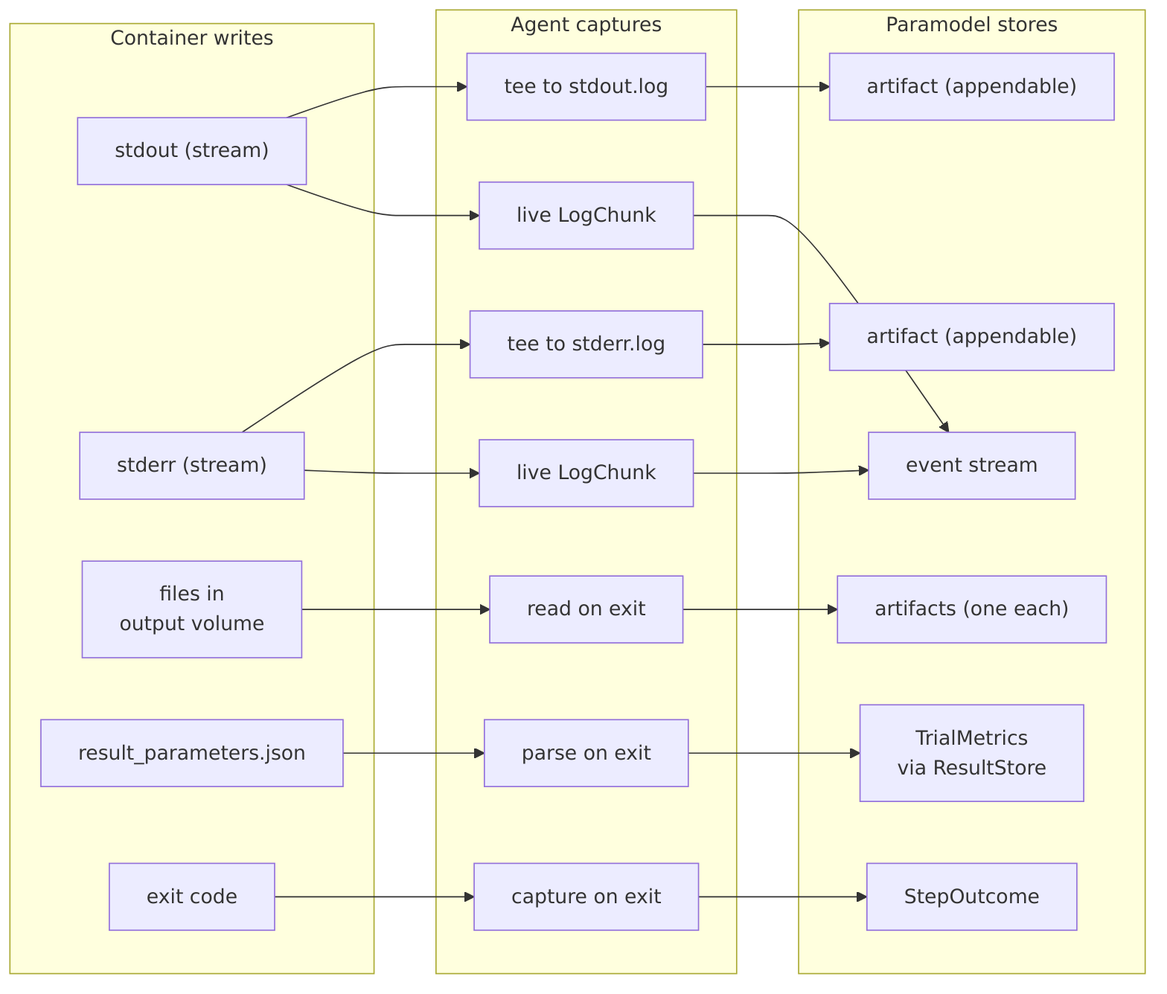
Before: docs/design/diagrams/SRD-0107/output-contract.png, a diagram exported from Mermaid (nosqlbench/hyperplane-rs). Its source is kept beside it as docs/design/diagrams/SRD-0107/output-contract.mmd.
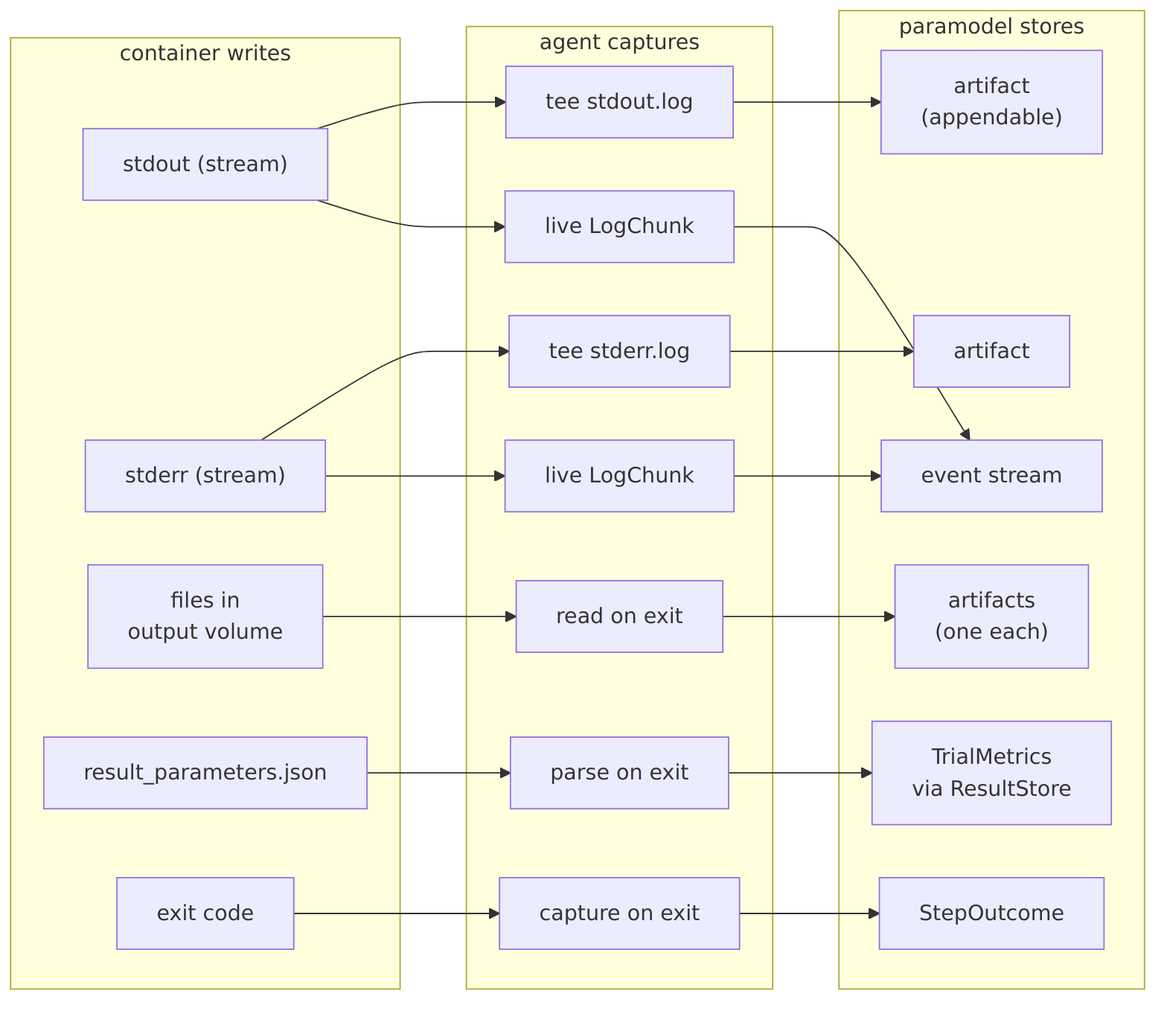
After the commit.

Diff of the diagram source:
```diff
@@ -1,5 +1,7 @@
+%%{init: {'flowchart': {'nodeSpacing': 40, 'rankSpacing': 50}}}%%
 flowchart LR
-    subgraph Container ["Container writes"]
+    subgraph Container ["container writes"]
+        direction TB
         SO["stdout (stream)"]
         SE["stderr (stream)"]
         FL["files in<br/>output volume"]
@@ -7,9 +9,10 @@
         EC["exit code"]
     end
 
-    subgraph Agent ["Agent captures"]
-        T1["tee to stdout.log"]
-        T2["tee to stderr.log"]
+    subgraph Agent ["agent captures"]
+        direction TB
+        T1["tee stdout.log"]
+        T2["tee stderr.log"]
         T3["read on exit"]
         T4["parse on exit"]
         T5["capture on exit"]
@@ -17,10 +20,11 @@
         T2L["live LogChunk"]
     end
 
-    subgraph Paramodel ["Paramodel stores"]
-        A1["artifact (appendable)"]
-        A2["artifact (appendable)"]
-        A3["artifacts (one each)"]
+    subgraph Paramodel ["paramodel stores"]
+        direction TB
+        A1["artifact<br/>(appendable)"]
+        A2["artifact"]
+        A3["artifacts<br/>(one each)"]
         A4["TrialMetrics<br/>via ResultStore"]
         A5["StepOutcome"]
         EV["event stream"]
```
